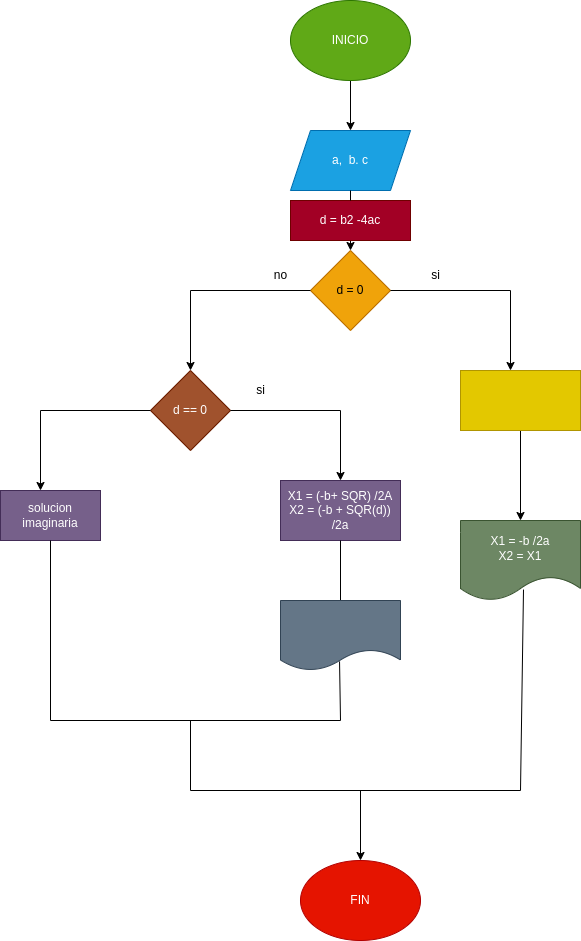
germanaugusto2/ecuacion_cuadrtica keeps this draw.io diagram as diagrama.png. Above is the earlier version. Source tidied: cells renumbered, new cells last; positions are measured from the earlier drawing's top-left corner, leaving out a move shared by most shapes. Source of this version:
```xml
<mxGraphModel>
  <root>
    <mxCell id="0" />
    <mxCell id="1" parent="0" />
    <mxCell id="2" style="edgeStyle=none;html=1;entryX=0.5;entryY=0;entryDx=0;entryDy=0;" parent="1" edge="1" source="3" target="4">
      <mxGeometry relative="1" as="geometry" />
    </mxCell>
    <mxCell id="3" value="INICIO" style="ellipse;whiteSpace=wrap;html=1;fillColor=#60a917;fontColor=#ffffff;strokeColor=#2D7600;" parent="1" vertex="1">
      <mxGeometry x="290" width="120" height="80" as="geometry" />
    </mxCell>
    <mxCell id="4" value="a,&amp;nbsp; b. c" style="shape=parallelogram;perimeter=parallelogramPerimeter;whiteSpace=wrap;html=1;fixedSize=1;fillColor=#1ba1e2;fontColor=#ffffff;strokeColor=#006EAF;" parent="1" vertex="1">
      <mxGeometry x="290" y="130" width="120" height="60" as="geometry" />
    </mxCell>
    <mxCell id="5" value="d = 0" style="rhombus;whiteSpace=wrap;html=1;fillColor=#f0a30a;fontColor=#000000;strokeColor=#BD7000;" parent="1" vertex="1">
      <mxGeometry x="310" y="250" width="80" height="80" as="geometry" />
    </mxCell>
    <mxCell id="6" value="X1 = -b /2a&lt;br&gt;X2 = X1" style="shape=document;whiteSpace=wrap;html=1;boundedLbl=1;fillColor=#6d8764;fontColor=#ffffff;strokeColor=#3A5431;" parent="1" vertex="1">
      <mxGeometry x="460" y="520" width="120" height="80" as="geometry" />
    </mxCell>
    <mxCell id="7" value="d == 0" style="rhombus;whiteSpace=wrap;html=1;fillColor=#a0522d;fontColor=#ffffff;strokeColor=#6D1F00;" parent="1" vertex="1">
      <mxGeometry x="150" y="370" width="80" height="80" as="geometry" />
    </mxCell>
    <mxCell id="8" style="endArrow=none;html=1;exitX=1;exitY=0.5;exitDx=0;exitDy=0;" parent="1" edge="1" source="5">
      <mxGeometry relative="1" as="geometry">
        <mxPoint x="510" y="290" as="targetPoint" />
      </mxGeometry>
    </mxCell>
    <mxCell id="9" style="endArrow=classic;html=1;" parent="1" edge="1">
      <mxGeometry relative="1" as="geometry">
        <mxPoint x="510" y="290" as="sourcePoint" />
        <mxPoint x="510" y="370" as="targetPoint" />
      </mxGeometry>
    </mxCell>
    <mxCell id="10" value="si" style="text;html=1;align=center;verticalAlign=middle;strokeColor=none;fillColor=none;" parent="1" vertex="1">
      <mxGeometry x="420" y="260" width="30" height="30" as="geometry" />
    </mxCell>
    <mxCell id="11" style="endArrow=none;html=1;entryX=0;entryY=0.5;entryDx=0;entryDy=0;" parent="1" edge="1" target="5">
      <mxGeometry relative="1" as="geometry">
        <mxPoint x="190" y="290" as="sourcePoint" />
      </mxGeometry>
    </mxCell>
    <mxCell id="12" style="endArrow=classic;html=1;" parent="1" edge="1">
      <mxGeometry relative="1" as="geometry">
        <mxPoint x="190" y="290" as="sourcePoint" />
        <mxPoint x="190" y="370" as="targetPoint" />
      </mxGeometry>
    </mxCell>
    <mxCell id="13" value="no" style="text;html=1;align=center;verticalAlign=middle;strokeColor=none;fillColor=none;" parent="1" vertex="1">
      <mxGeometry x="260" y="260" width="40" height="30" as="geometry" />
    </mxCell>
    <mxCell id="14" style="endArrow=none;html=1;exitX=1;exitY=0.5;exitDx=0;exitDy=0;" parent="1" edge="1" source="7">
      <mxGeometry relative="1" as="geometry">
        <mxPoint x="340" y="410" as="targetPoint" />
      </mxGeometry>
    </mxCell>
    <mxCell id="15" value="si" style="text;html=1;align=center;verticalAlign=middle;strokeColor=none;fillColor=none;" parent="1" vertex="1">
      <mxGeometry x="245" y="375" width="30" height="30" as="geometry" />
    </mxCell>
    <mxCell id="16" style="endArrow=classic;html=1;" parent="1" edge="1">
      <mxGeometry relative="1" as="geometry">
        <mxPoint x="340" y="410" as="sourcePoint" />
        <mxPoint x="340" y="480" as="targetPoint" />
      </mxGeometry>
    </mxCell>
    <mxCell id="17" value="X1 = (-b+ SQR) /2A&lt;br&gt;X2 = (-b + SQR(d)) /2a" style="whiteSpace=wrap;html=1;fillColor=#76608a;fontColor=#ffffff;strokeColor=#432D57;" parent="1" vertex="1">
      <mxGeometry x="280" y="480" width="120" height="60" as="geometry" />
    </mxCell>
    <mxCell id="18" style="endArrow=none;html=1;entryX=0;entryY=0.5;entryDx=0;entryDy=0;" parent="1" edge="1" target="7">
      <mxGeometry relative="1" as="geometry">
        <mxPoint x="40" y="410" as="sourcePoint" />
      </mxGeometry>
    </mxCell>
    <mxCell id="19" style="endArrow=classic;html=1;" parent="1" edge="1">
      <mxGeometry relative="1" as="geometry">
        <mxPoint x="40" y="410" as="sourcePoint" />
        <mxPoint x="40" y="490" as="targetPoint" />
      </mxGeometry>
    </mxCell>
    <mxCell id="20" value="solucion imaginaria" style="rounded=0;whiteSpace=wrap;html=1;fillColor=#76608a;fontColor=#ffffff;strokeColor=#432D57;" parent="1" vertex="1">
      <mxGeometry y="490" width="100" height="50" as="geometry" />
    </mxCell>
    <mxCell id="21" value="FIN" style="ellipse;whiteSpace=wrap;html=1;fillColor=#e51400;fontColor=#ffffff;strokeColor=#B20000;" parent="1" vertex="1">
      <mxGeometry x="300" y="860" width="120" height="80" as="geometry" />
    </mxCell>
    <mxCell id="22" style="edgeStyle=none;html=1;exitX=0.5;exitY=1;exitDx=0;exitDy=0;" parent="1" edge="1" source="23" target="5">
      <mxGeometry relative="1" as="geometry" />
    </mxCell>
    <mxCell id="23" value="d = b2 -4ac" style="rounded=0;whiteSpace=wrap;html=1;fillColor=#a20025;fontColor=#ffffff;strokeColor=#6F0000;" parent="1" vertex="1">
      <mxGeometry x="290" y="200" width="120" height="40" as="geometry" />
    </mxCell>
    <mxCell id="24" style="endArrow=none;html=1;entryX=0.5;entryY=1;entryDx=0;entryDy=0;" parent="1" edge="1" target="4">
      <mxGeometry relative="1" as="geometry">
        <mxPoint x="350" y="200" as="sourcePoint" />
      </mxGeometry>
    </mxCell>
    <mxCell id="25" style="endArrow=none;html=1;entryX=0.5;entryY=1;entryDx=0;entryDy=0;" parent="1" edge="1" target="17">
      <mxGeometry relative="1" as="geometry">
        <mxPoint x="340" y="600" as="sourcePoint" />
      </mxGeometry>
    </mxCell>
    <mxCell id="26" style="shape=document;whiteSpace=wrap;html=1;boundedLbl=1;fillColor=#647687;fontColor=#ffffff;strokeColor=#314354;" parent="1" vertex="1">
      <mxGeometry x="280" y="600" width="120" height="70" as="geometry" />
    </mxCell>
    <mxCell id="27" style="endArrow=none;html=1;entryX=0.5;entryY=1;entryDx=0;entryDy=0;" parent="1" edge="1" target="20">
      <mxGeometry relative="1" as="geometry">
        <mxPoint x="50" y="720" as="sourcePoint" />
      </mxGeometry>
    </mxCell>
    <mxCell id="28" style="endArrow=none;html=1;entryX=0.492;entryY=0.871;entryDx=0;entryDy=0;entryPerimeter=0;" parent="1" edge="1" target="26">
      <mxGeometry relative="1" as="geometry">
        <mxPoint x="340" y="720" as="sourcePoint" />
      </mxGeometry>
    </mxCell>
    <mxCell id="29" style="endArrow=none;html=1;" parent="1" edge="1">
      <mxGeometry relative="1" as="geometry">
        <mxPoint x="50" y="720" as="sourcePoint" />
        <mxPoint x="340" y="720" as="targetPoint" />
      </mxGeometry>
    </mxCell>
    <mxCell id="30" style="edgeStyle=none;html=1;entryX=0.5;entryY=0;entryDx=0;entryDy=0;" parent="1" edge="1" source="31" target="6">
      <mxGeometry relative="1" as="geometry" />
    </mxCell>
    <mxCell id="31" style="whiteSpace=wrap;html=1;fillColor=#e3c800;fontColor=#000000;strokeColor=#B09500;" parent="1" vertex="1">
      <mxGeometry x="460" y="370" width="120" height="60" as="geometry" />
    </mxCell>
    <mxCell id="32" style="endArrow=none;html=1;entryX=0.525;entryY=0.863;entryDx=0;entryDy=0;entryPerimeter=0;" parent="1" edge="1" target="6">
      <mxGeometry relative="1" as="geometry">
        <mxPoint x="520" y="790" as="sourcePoint" />
      </mxGeometry>
    </mxCell>
    <mxCell id="33" style="endArrow=none;html=1;" parent="1" edge="1">
      <mxGeometry relative="1" as="geometry">
        <mxPoint x="190" y="720" as="sourcePoint" />
        <mxPoint x="190" y="790" as="targetPoint" />
      </mxGeometry>
    </mxCell>
    <mxCell id="34" style="endArrow=none;html=1;" parent="1" edge="1">
      <mxGeometry relative="1" as="geometry">
        <mxPoint x="190" y="790" as="sourcePoint" />
        <mxPoint x="520" y="790" as="targetPoint" />
      </mxGeometry>
    </mxCell>
    <mxCell id="35" style="endArrow=classic;html=1;" parent="1" edge="1">
      <mxGeometry relative="1" as="geometry">
        <mxPoint x="360" y="790" as="sourcePoint" />
        <mxPoint x="360" y="860" as="targetPoint" />
      </mxGeometry>
    </mxCell>
  </root>
</mxGraphModel>
```
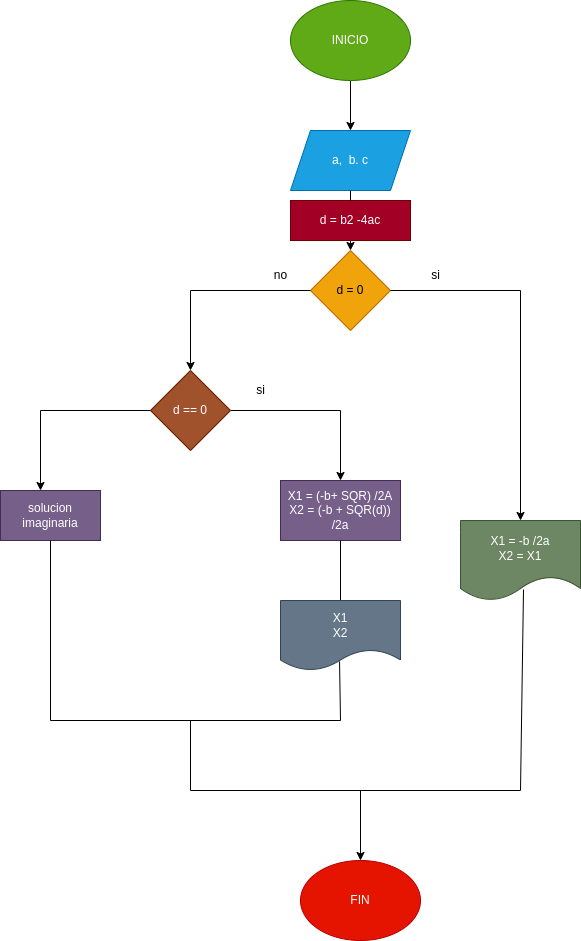
The same diagram one commit later.

What changed in the source:
```diff
@@ -22,15 +22,9 @@
     </mxCell>
     <mxCell id="8" style="endArrow=none;html=1;exitX=1;exitY=0.5;exitDx=0;exitDy=0;" parent="1" edge="1" source="5">
       <mxGeometry relative="1" as="geometry">
-        <mxPoint x="510" y="290" as="targetPoint" />
+        <mxPoint x="520" y="290" as="targetPoint" />
       </mxGeometry>
     </mxCell>
-    <mxCell id="9" style="endArrow=classic;html=1;" parent="1" edge="1">
-      <mxGeometry relative="1" as="geometry">
-        <mxPoint x="510" y="290" as="sourcePoint" />
-        <mxPoint x="510" y="370" as="targetPoint" />
-      </mxGeometry>
-    </mxCell>
     <mxCell id="10" value="si" style="text;html=1;align=center;verticalAlign=middle;strokeColor=none;fillColor=none;" parent="1" vertex="1">
       <mxGeometry x="420" y="260" width="30" height="30" as="geometry" />
     </mxCell>
@@ -98,7 +92,7 @@
         <mxPoint x="340" y="600" as="sourcePoint" />
       </mxGeometry>
     </mxCell>
-    <mxCell id="26" style="shape=document;whiteSpace=wrap;html=1;boundedLbl=1;fillColor=#647687;fontColor=#ffffff;strokeColor=#314354;" parent="1" vertex="1">
+    <mxCell id="26" value="X1&lt;br&gt;X2" style="shape=document;whiteSpace=wrap;html=1;boundedLbl=1;fillColor=#647687;fontColor=#ffffff;strokeColor=#314354;" parent="1" vertex="1">
       <mxGeometry x="280" y="600" width="120" height="70" as="geometry" />
     </mxCell>
     <mxCell id="27" style="endArrow=none;html=1;entryX=0.5;entryY=1;entryDx=0;entryDy=0;" parent="1" edge="1" target="20">
@@ -117,12 +111,6 @@
         <mxPoint x="340" y="720" as="targetPoint" />
       </mxGeometry>
     </mxCell>
-    <mxCell id="30" style="edgeStyle=none;html=1;entryX=0.5;entryY=0;entryDx=0;entryDy=0;" parent="1" edge="1" source="31" target="6">
-      <mxGeometry relative="1" as="geometry" />
-    </mxCell>
-    <mxCell id="31" style="whiteSpace=wrap;html=1;fillColor=#e3c800;fontColor=#000000;strokeColor=#B09500;" parent="1" vertex="1">
-      <mxGeometry x="460" y="370" width="120" height="60" as="geometry" />
-    </mxCell>
     <mxCell id="32" style="endArrow=none;html=1;entryX=0.525;entryY=0.863;entryDx=0;entryDy=0;entryPerimeter=0;" parent="1" edge="1" target="6">
       <mxGeometry relative="1" as="geometry">
         <mxPoint x="520" y="790" as="sourcePoint" />
@@ -146,5 +134,10 @@
         <mxPoint x="360" y="860" as="targetPoint" />
       </mxGeometry>
     </mxCell>
+    <mxCell id="36" style="endArrow=classic;html=1;" parent="1" edge="1" target="6">
+      <mxGeometry relative="1" as="geometry">
+        <mxPoint x="520" y="290" as="sourcePoint" />
+      </mxGeometry>
+    </mxCell>
   </root>
 </mxGraphModel>
```
